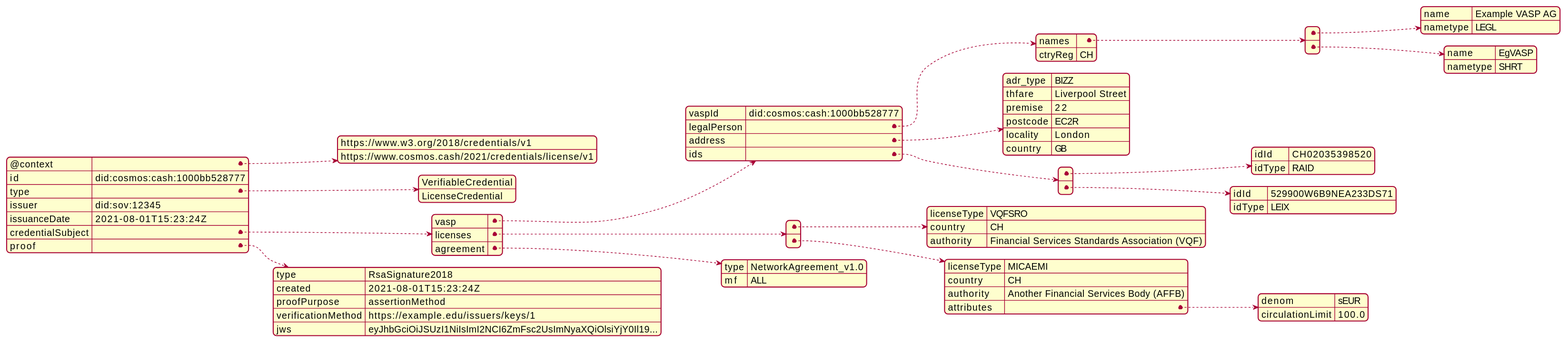
Earlier version of the PlantUML export docs/Reference/architecture/out/LicenseCredential.svg (allinbits/cosmos-cash).
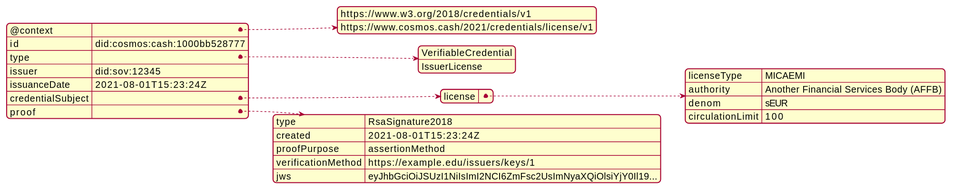
After the commit.

Commit message:
feat: separate license and registration cred ADRs

Diff of the diagram source:
```diff
@@ -7,55 +7,16 @@
 	"id": "did:cosmos:cash:1000bb528777",
 	"type": [
 		"VerifiableCredential",
-		"LicenseCredential"
+		"IssuerLicense"
 	],
 	"issuer": "did:sov:12345",
 	"issuanceDate": "2021-08-01T15:23:24Z",
 	"credentialSubject": {
-		"vasp": {
-			"vaspId": "did:cosmos:cash:1000bb528777",
-			"legalPerson": {
-				"names": [{
-					"name": "Example VASP AG",
-					"nametype": "LEGL"
-				}, {
-					"name": "EgVASP",
-					"nametype": "SHRT"
-				}],
-				"ctryReg": "CH"
-			},
-			"address": {
-				"adr_type": "BIZZ",
-				"thfare": "Liverpool Street",
-				"premise": "22",
-				"postcode": "EC2R",
-				"locality": "London",
-				"country": "GB"
-			},
-			"ids": [{
-				"idId": "CH02035398520",
-				"idType": "RAID"
-			}, {
-				"idId": "529900W6B9NEA233DS71",
-				"idType": "LEIX"
-			}]
-		},
-		"licenses": [{
-			"licenseType": "VQFSRO",
-			"country": "CH",
-			"authority": "Financial Services Standards Association (VQF)"
-		},{
+		"license": {
 			"licenseType": "MICAEMI",
-			"country": "CH",
 			"authority": "Another Financial Services Body (AFFB)",
-			"attributes": {
-				"denom": "sEUR",
-				"circulationLimit": "100.0"
-			}
-		}],
-		"agreement": {
-			"type": "NetworkAgreement_v1.0",
-			"mf": "ALL"
+            "denom": "sEUR",
+            "circulationLimit": "100"
 		}
 	},
 	"proof": {
```
